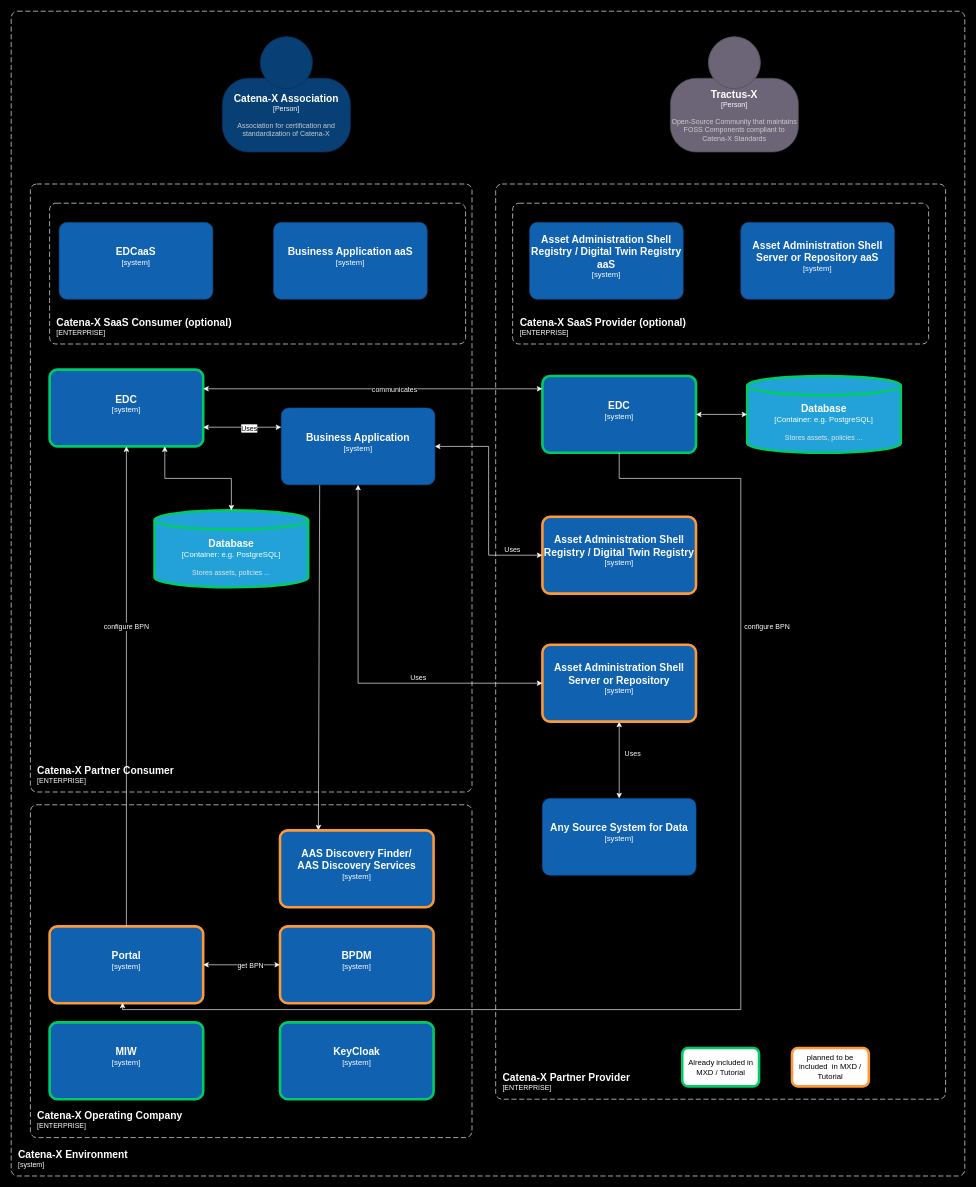
This is static/img/architecture.drawio from eclipse-tractusx/eclipse-tractusx.github.io, a draw.io file, before an edit. Source tidied: cells renumbered, new cells numbered last; positions are measured from the earlier drawing's top-left corner, leaving out a move shared by most shapes. Both pictures are drawn from the tidied source at 64%, with x=0, y=0 at pixel (11, 11).
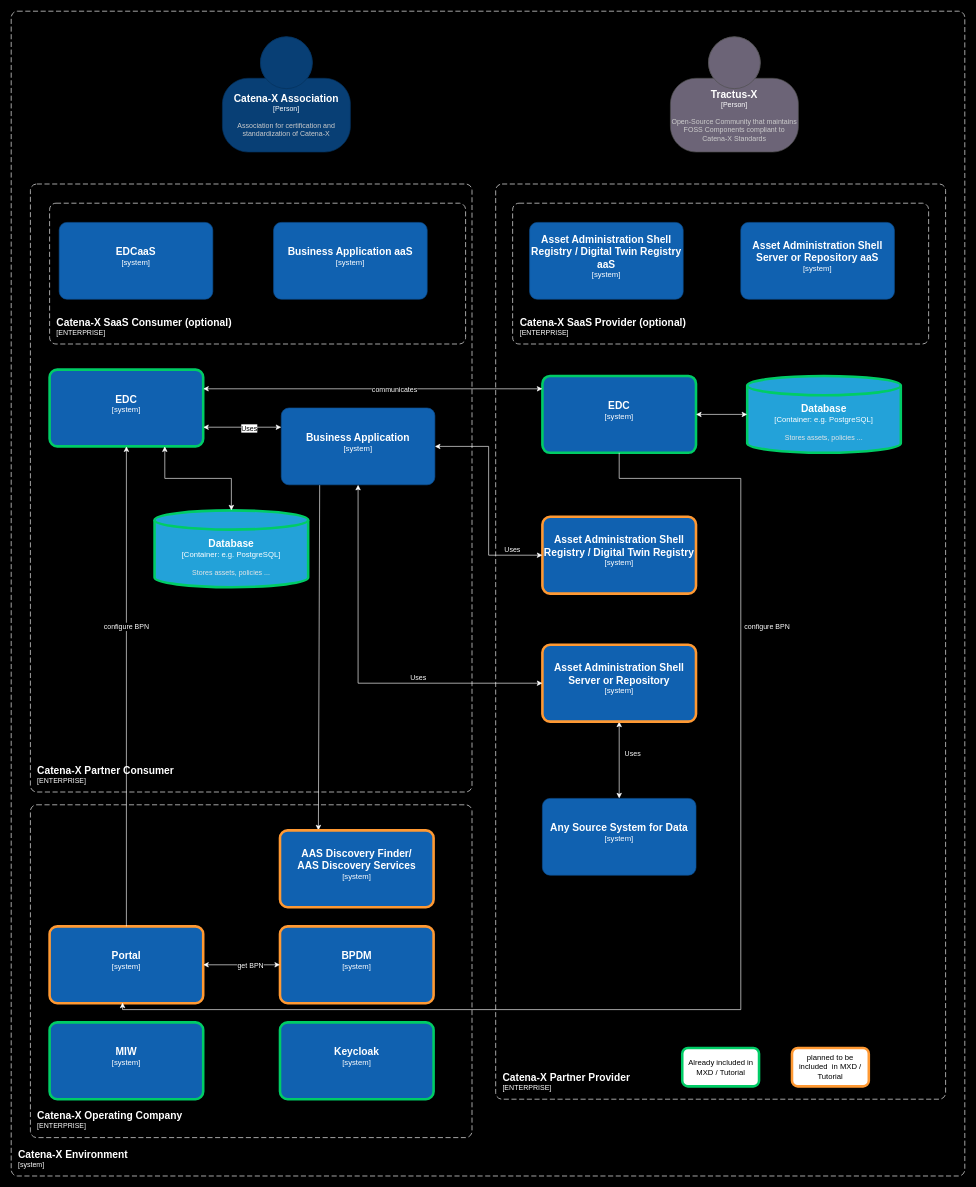
Above is the later version.

Commit message (it also covers changes not shown here):
fix: replace KeyCloak with Keycloak

The edit, as a diff of the source:
```diff
@@
-    <object id="41" label="&lt;font style=&quot;font-size: 16px&quot;&gt;&lt;b&gt;%c4Name%&lt;/b&gt;&lt;/font&gt;&lt;div&gt;[%c4Type%]&lt;/div&gt;&lt;br&gt;&lt;div&gt;&lt;font style=&quot;font-size: 11px&quot;&gt;&lt;font color=&quot;#cccccc&quot;&gt;%c4Description%&lt;/font&gt;&lt;/div&gt;" c4Description="" c4Name="KeyCloak" c4Type="system" placeholders="1">
+    <object id="41" label="&lt;font style=&quot;font-size: 16px&quot;&gt;&lt;b&gt;%c4Name%&lt;/b&gt;&lt;/font&gt;&lt;div&gt;[%c4Type%]&lt;/div&gt;&lt;br&gt;&lt;div&gt;&lt;font style=&quot;font-size: 11px&quot;&gt;&lt;font color=&quot;#cccccc&quot;&gt;%c4Description%&lt;/font&gt;&lt;/div&gt;" c4Description="" c4Name="Keycloak" c4Type="system" placeholders="1">
       <mxCell style="rounded=1;whiteSpace=wrap;html=1;labelBackgroundColor=none;fillColor=#1061B0;fontColor=#ffffff;align=center;arcSize=10;strokeColor=#00CC66;strokeWidth=4;" parent="1" vertex="1">
         <mxGeometry x="420" y="1580" width="240" height="120" as="geometry" />
       </mxCell>
     </object>
```
